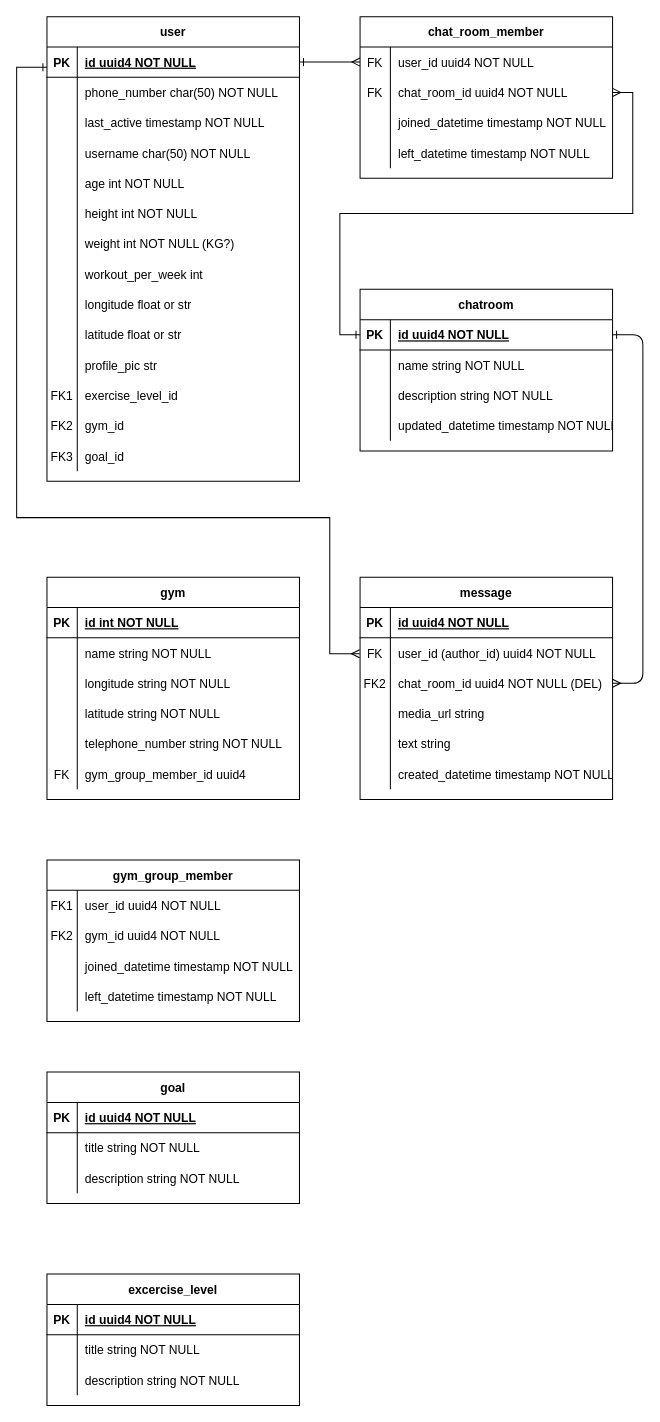
This is WeGoGym/WeGoGym-DB.drawio from ColaboAI/Diagrams, a draw.io file, before an edit. Source tidied: cells renumbered, new cells numbered last; positions are measured from the earlier drawing's top-left corner, leaving out a move shared by most shapes. Both pictures are drawn from the tidied source at 101%, with x=0, y=0 at pixel (16, 16).
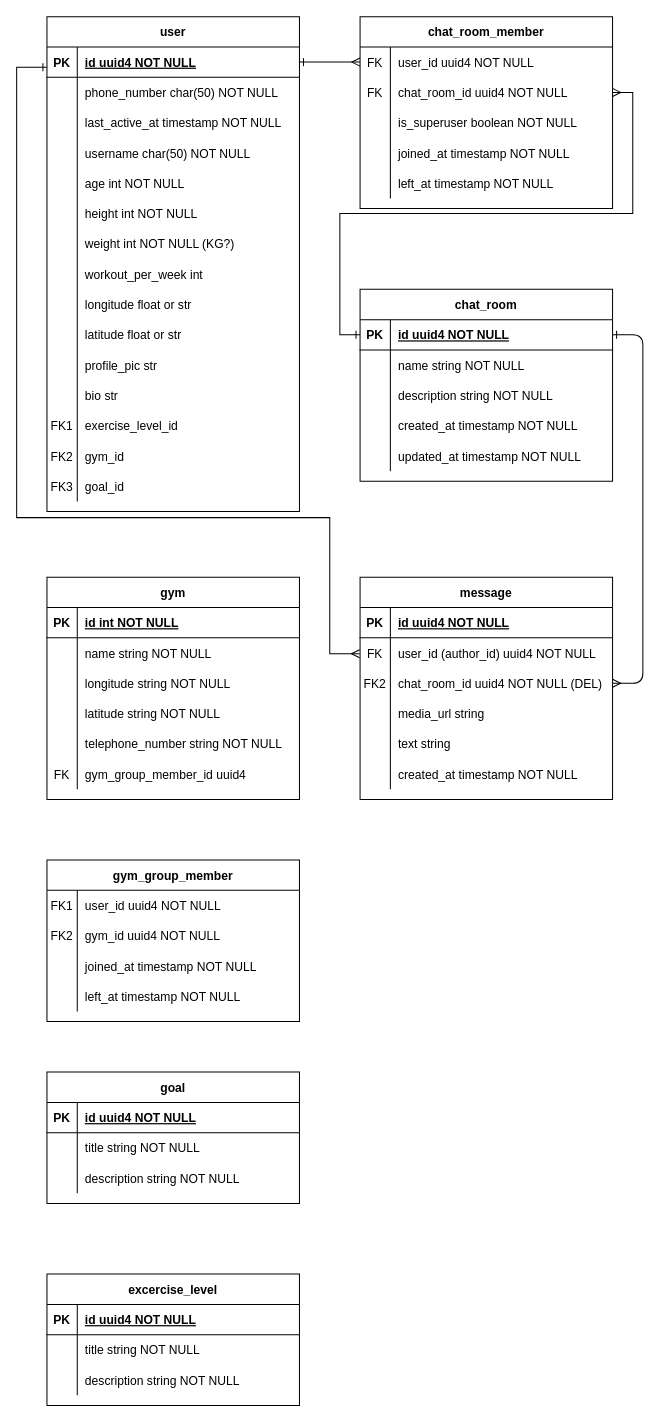
The same diagram, later.

Unchanged cells that the change refers to:
```xml
<mxCell id="20" style="shape=partialRectangle;fillColor=none;top=0;left=0;right=0;bottom=0;" parent="4" vertex="1">
  <mxGeometry y="180" width="250" height="30" as="geometry" />
</mxCell>
<mxCell id="33" style="shape=partialRectangle;fillColor=none;top=0;left=0;right=0;bottom=0;" parent="23" vertex="1">
  <mxGeometry y="120" width="250" height="30" as="geometry" />
</mxCell>
<mxCell id="43" style="shape=partialRectangle;fillColor=none;top=0;left=0;right=0;bottom=0;" parent="36" vertex="1">
  <mxGeometry y="90" width="250" height="30" as="geometry" />
</mxCell>
<mxCell id="86" style="shape=partialRectangle;fillColor=none;top=0;left=0;right=0;bottom=0;" parent="79" vertex="1">
  <mxGeometry y="90" width="250" height="30" as="geometry" />
</mxCell>
<mxCell id="120" style="shape=partialRectangle;fillColor=none;top=0;left=0;right=0;bottom=0;" parent="113" vertex="1">
  <mxGeometry y="90" width="250" height="30" as="geometry" />
</mxCell>
<mxCell id="123" style="shape=partialRectangle;fillColor=none;top=0;left=0;right=0;bottom=0;" parent="113" vertex="1">
  <mxGeometry y="120" width="250" height="30" as="geometry" />
</mxCell>
```

Change to the diagram source:
```diff
@@
-    <mxCell id="22" value="created_datetime timestamp NOT NULL" style="shape=partialRectangle;overflow=hidden;fillColor=none;top=0;left=0;bottom=0;right=0;align=left;spacingLeft=6;" parent="20" vertex="1">
+    <mxCell id="22" value="created_at timestamp NOT NULL" style="shape=partialRectangle;overflow=hidden;fillColor=none;top=0;left=0;bottom=0;right=0;align=left;spacingLeft=6;" parent="20" vertex="1">
       <mxGeometry x="30" width="220" height="30" as="geometry" />
     </mxCell>
-    <mxCell id="23" value="chatroom" style="shape=table;startSize=30;childLayout=tableLayout;rowLines=0;fontStyle=1;align=center;" parent="1" vertex="1">
-      <mxGeometry x="340" y="270" width="250" height="160" as="geometry" />
+    <mxCell id="23" value="chat_room" style="shape=table;startSize=30;childLayout=tableLayout;rowLines=0;fontStyle=1;align=center;" parent="1" vertex="1">
+      <mxGeometry x="340" y="270" width="250" height="190" as="geometry" />
     </mxCell>
@@
-    <mxCell id="35" value="updated_datetime timestamp NOT NULL" style="shape=partialRectangle;overflow=hidden;fillColor=none;top=0;left=0;bottom=0;right=0;align=left;spacingLeft=6;" parent="33" vertex="1">
+    <mxCell id="35" value="created_at timestamp NOT NULL" style="shape=partialRectangle;overflow=hidden;fillColor=none;top=0;left=0;bottom=0;right=0;align=left;spacingLeft=6;" parent="33" vertex="1">
       <mxGeometry x="30" width="220" height="30" as="geometry" />
     </mxCell>
+    <mxCell id="146" style="shape=partialRectangle;fillColor=none;top=0;left=0;right=0;bottom=0;" parent="23" vertex="1">
+      <mxGeometry y="150" width="250" height="30" as="geometry" />
+    </mxCell>
+    <mxCell id="147" style="shape=partialRectangle;overflow=hidden;fillColor=none;top=0;left=0;bottom=0;right=0;" parent="146" vertex="1">
+      <mxGeometry width="30" height="30" as="geometry" />
+    </mxCell>
+    <mxCell id="148" value="updated_at timestamp NOT NULL" style="shape=partialRectangle;overflow=hidden;fillColor=none;top=0;left=0;bottom=0;right=0;align=left;spacingLeft=6;" parent="146" vertex="1">
+      <mxGeometry x="30" width="220" height="30" as="geometry" />
+    </mxCell>
     <mxCell id="36" value="user" style="shape=table;startSize=30;childLayout=tableLayout;rowLines=0;fontStyle=1;align=center;" parent="1" vertex="1">
-      <mxGeometry x="30" width="250" height="460" as="geometry" />
+      <mxGeometry x="30" width="250" height="490" as="geometry" />
     </mxCell>
@@
-    <mxCell id="45" value="last_active timestamp NOT NULL" style="shape=partialRectangle;overflow=hidden;fillColor=none;top=0;left=0;bottom=0;right=0;align=left;spacingLeft=6;" parent="43" vertex="1">
+    <mxCell id="45" value="last_active_at timestamp NOT NULL" style="shape=partialRectangle;overflow=hidden;fillColor=none;top=0;left=0;bottom=0;right=0;align=left;spacingLeft=6;" parent="43" vertex="1">
       <mxGeometry x="30" width="220" height="30" as="geometry" />
     </mxCell>
@@
+    <mxCell id="149" style="shape=partialRectangle;fillColor=none;top=0;left=0;right=0;bottom=0;" parent="36" vertex="1">
+      <mxGeometry y="360" width="250" height="30" as="geometry" />
+    </mxCell>
+    <mxCell id="150" style="shape=partialRectangle;overflow=hidden;fillColor=none;top=0;left=0;bottom=0;right=0;" parent="149" vertex="1">
+      <mxGeometry width="30" height="30" as="geometry" />
+    </mxCell>
+    <mxCell id="151" value="bio str" style="shape=partialRectangle;overflow=hidden;fillColor=none;top=0;left=0;bottom=0;right=0;align=left;spacingLeft=6;" parent="149" vertex="1">
+      <mxGeometry x="30" width="220" height="30" as="geometry" />
+    </mxCell>
     <mxCell id="70" style="shape=partialRectangle;fillColor=none;top=0;left=0;right=0;bottom=0;" parent="36" vertex="1">
-      <mxGeometry y="360" width="250" height="30" as="geometry" />
+      <mxGeometry y="390" width="250" height="30" as="geometry" />
     </mxCell>
@@
     <mxCell id="73" style="shape=partialRectangle;fillColor=none;top=0;left=0;right=0;bottom=0;" parent="36" vertex="1">
-      <mxGeometry y="390" width="250" height="30" as="geometry" />
+      <mxGeometry y="420" width="250" height="30" as="geometry" />
     </mxCell>
@@
     <mxCell id="76" style="shape=partialRectangle;fillColor=none;top=0;left=0;right=0;bottom=0;" parent="36" vertex="1">
-      <mxGeometry y="420" width="250" height="30" as="geometry" />
+      <mxGeometry y="450" width="250" height="30" as="geometry" />
     </mxCell>
@@
     <mxCell id="79" value="chat_room_member" style="shape=table;startSize=30;childLayout=tableLayout;rowLines=0;fontStyle=1;align=center;" parent="1" vertex="1">
-      <mxGeometry x="340" width="250" height="160" as="geometry" />
+      <mxGeometry x="340" width="250" height="190" as="geometry" />
     </mxCell>
@@
-    <mxCell id="88" value="joined_datetime timestamp NOT NULL" style="shape=partialRectangle;overflow=hidden;fillColor=none;top=0;left=0;bottom=0;right=0;align=left;spacingLeft=6;" parent="86" vertex="1">
+    <mxCell id="88" value="is_superuser boolean NOT NULL" style="shape=partialRectangle;overflow=hidden;fillColor=none;top=0;left=0;bottom=0;right=0;align=left;spacingLeft=6;" parent="86" vertex="1">
       <mxGeometry x="30" width="220" height="30" as="geometry" />
     </mxCell>
+    <mxCell id="152" style="shape=partialRectangle;fillColor=none;top=0;left=0;right=0;bottom=0;" parent="79" vertex="1">
+      <mxGeometry y="120" width="250" height="30" as="geometry" />
+    </mxCell>
+    <mxCell id="153" style="shape=partialRectangle;overflow=hidden;fillColor=none;top=0;left=0;bottom=0;right=0;" parent="152" vertex="1">
+      <mxGeometry width="30" height="30" as="geometry" />
+    </mxCell>
+    <mxCell id="154" value="joined_at timestamp NOT NULL" style="shape=partialRectangle;overflow=hidden;fillColor=none;top=0;left=0;bottom=0;right=0;align=left;spacingLeft=6;" parent="152" vertex="1">
+      <mxGeometry x="30" width="220" height="30" as="geometry" />
+    </mxCell>
     <mxCell id="89" style="shape=partialRectangle;fillColor=none;top=0;left=0;right=0;bottom=0;" parent="79" vertex="1">
-      <mxGeometry y="120" width="250" height="30" as="geometry" />
+      <mxGeometry y="150" width="250" height="30" as="geometry" />
     </mxCell>
@@
-    <mxCell id="91" value="left_datetime timestamp NOT NULL" style="shape=partialRectangle;overflow=hidden;fillColor=none;top=0;left=0;bottom=0;right=0;align=left;spacingLeft=6;" parent="89" vertex="1">
+    <mxCell id="91" value="left_at timestamp NOT NULL" style="shape=partialRectangle;overflow=hidden;fillColor=none;top=0;left=0;bottom=0;right=0;align=left;spacingLeft=6;" parent="89" vertex="1">
       <mxGeometry x="30" width="220" height="30" as="geometry" />
     </mxCell>
@@
-    <mxCell id="122" value="joined_datetime timestamp NOT NULL" style="shape=partialRectangle;overflow=hidden;fillColor=none;top=0;left=0;bottom=0;right=0;align=left;spacingLeft=6;" parent="120" vertex="1">
+    <mxCell id="122" value="joined_at timestamp NOT NULL" style="shape=partialRectangle;overflow=hidden;fillColor=none;top=0;left=0;bottom=0;right=0;align=left;spacingLeft=6;" parent="120" vertex="1">
       <mxGeometry x="30" width="220" height="30" as="geometry" />
     </mxCell>
@@
-    <mxCell id="125" value="left_datetime timestamp NOT NULL" style="shape=partialRectangle;overflow=hidden;fillColor=none;top=0;left=0;bottom=0;right=0;align=left;spacingLeft=6;" parent="123" vertex="1">
+    <mxCell id="125" value="left_at timestamp NOT NULL" style="shape=partialRectangle;overflow=hidden;fillColor=none;top=0;left=0;bottom=0;right=0;align=left;spacingLeft=6;" parent="123" vertex="1">
       <mxGeometry x="30" width="220" height="30" as="geometry" />
     </mxCell>
```
